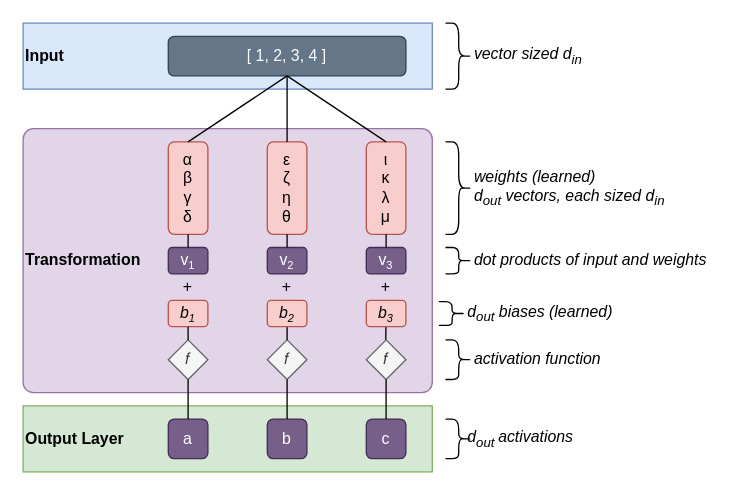
yshavit/llm-notes keeps this draw.io diagram as book/images/ffn/overview.drawio. Above is the earlier version. Source tidied: cells renumbered, new cells numbered last; positions are measured from the earlier drawing's top-left corner, leaving out a move shared by most shapes. Both pictures are drawn from the tidied source at 132%, with x=0, y=0 at pixel (22, 22).
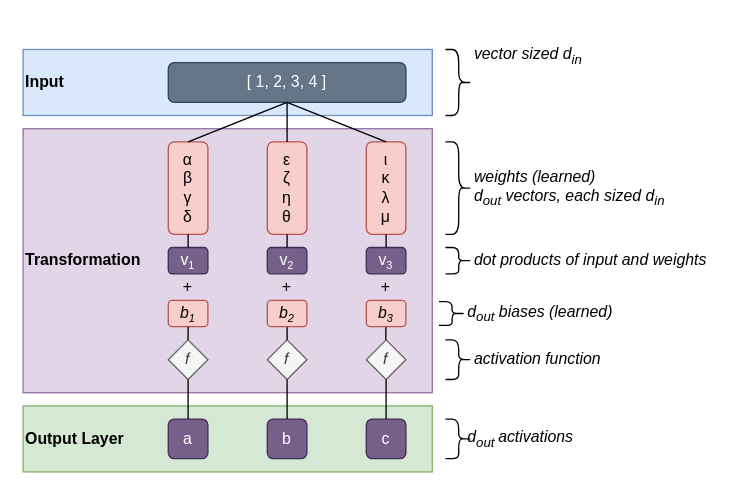
The same diagram, later.

The edit, as a diff of the source:
```diff
@@
-    <mxCell id="2" value="&lt;span style=&quot;font-weight: 700; background-color: transparent; color: light-dark(rgb(0, 0, 0), rgb(255, 255, 255));&quot;&gt;Trans&lt;/span&gt;&lt;span style=&quot;font-weight: 700; background-color: transparent; color: light-dark(rgb(0, 0, 0), rgb(255, 255, 255));&quot;&gt;formation&lt;/span&gt;" style="rounded=1;whiteSpace=wrap;html=1;fillColor=#e1d5e7;strokeColor=#9673a6;align=left;arcSize=4;" parent="1" vertex="1">
+    <mxCell id="2" value="&lt;span style=&quot;font-weight: 700; background-color: transparent; color: light-dark(rgb(0, 0, 0), rgb(255, 255, 255));&quot;&gt;Trans&lt;/span&gt;&lt;span style=&quot;font-weight: 700; background-color: transparent; color: light-dark(rgb(0, 0, 0), rgb(255, 255, 255));&quot;&gt;formation&lt;/span&gt;" style="rounded=0;whiteSpace=wrap;html=1;fillColor=#e1d5e7;strokeColor=#9673a6;align=left;arcSize=4;" parent="1" vertex="1">
       <mxGeometry y="80" width="310" height="200" as="geometry" />
     </mxCell>
@@
     <mxCell id="5" value="&lt;span style=&quot;font-weight: 700;&quot;&gt;Input&lt;/span&gt;" style="rounded=0;whiteSpace=wrap;html=1;fillColor=#dae8fc;strokeColor=#6c8ebf;align=left;" parent="1" vertex="1">
-      <mxGeometry width="310" height="50" as="geometry" />
+      <mxGeometry y="20" width="310" height="50" as="geometry" />
     </mxCell>
     <mxCell id="6" value="[ 1, 2, 3, 4 ]" style="rounded=1;whiteSpace=wrap;html=1;fillColor=#647687;strokeColor=#314354;fontColor=#ffffff;" parent="1" vertex="1">
-      <mxGeometry x="110" y="10" width="180" height="30" as="geometry" />
+      <mxGeometry x="110" y="30" width="180" height="30" as="geometry" />
     </mxCell>
     <mxCell id="7" style="shape=curlyBracket;whiteSpace=wrap;html=1;rounded=1;flipH=1;labelPosition=right;verticalLabelPosition=middle;align=left;verticalAlign=middle;" parent="1" vertex="1">
-      <mxGeometry x="320" width="20" height="50" as="geometry" />
+      <mxGeometry x="320" y="20" width="20" height="50" as="geometry" />
     </mxCell>
```
